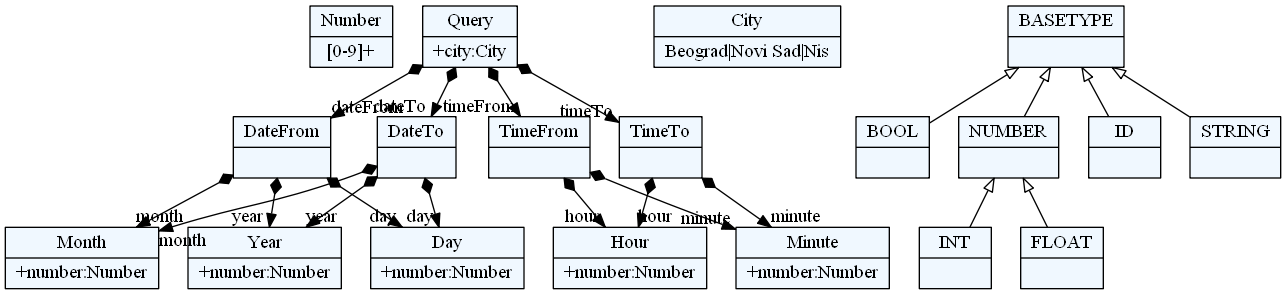
The Graphviz diagram textXGrammar/grammar.png in ftnE2-tim1-2016-17/jsd, before a commit. Its source is kept beside it as textXGrammar/grammar.dot.
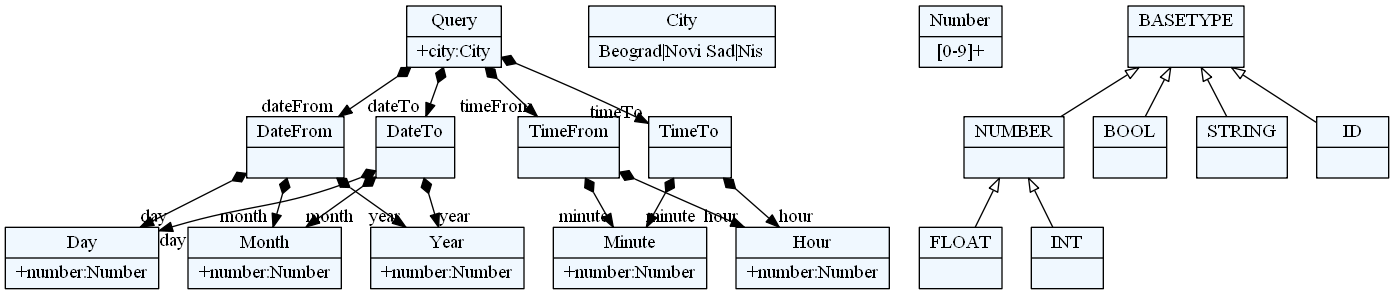
Later version of the same file.

Change to the diagram source:
```diff
@@ -10,63 +10,63 @@
     edge[dir=black,arrowtail=empty]
 
 
-57254832[ label="{Number|[0-9]+}"]
+62285616 -> 62286512[arrowtail=diamond, dir=both, headlabel="dateFrom "]
+62285616 -> 62432176[arrowtail=diamond, dir=both, headlabel="timeFrom "]
+62285616 -> 62433520[arrowtail=diamond, dir=both, headlabel="dateTo "]
+62285616 -> 62433968[arrowtail=diamond, dir=both, headlabel="timeTo "]
+62285616[ label="{Query|+city:City\l}"]
 
-57096432 -> 57097328[arrowtail=diamond, dir=both, headlabel="dateFrom "]
-57096432 -> 57255280[arrowtail=diamond, dir=both, headlabel="timeFrom "]
-57096432 -> 57256624[arrowtail=diamond, dir=both, headlabel="dateTo "]
-57096432 -> 57257072[arrowtail=diamond, dir=both, headlabel="timeTo "]
-57096432[ label="{Query|+city:City\l}"]
+62286064[ label="{City|Beograd\|Novi Sad\|Nis}"]
 
-57256176[ label="{Minute|+number:Number\l}"]
+62286960[ label="{Day|+number:Number\l}"]
 
-57253936[ label="{Month|+number:Number\l}"]
+62433520 -> 62286960[arrowtail=diamond, dir=both, headlabel="day "]
+62433520 -> 62287408[arrowtail=diamond, dir=both, headlabel="month "]
+62433520 -> 62431280[arrowtail=diamond, dir=both, headlabel="year "]
+62433520[ label="{DateTo|}"]
 
-57257072 -> 57255728[arrowtail=diamond, dir=both, headlabel="hour "]
-57257072 -> 57256176[arrowtail=diamond, dir=both, headlabel="minute "]
-57257072[ label="{TimeTo|}"]
+62286512 -> 62286960[arrowtail=diamond, dir=both, headlabel="day "]
+62286512 -> 62287408[arrowtail=diamond, dir=both, headlabel="month "]
+62286512 -> 62431280[arrowtail=diamond, dir=both, headlabel="year "]
+62286512[ label="{DateFrom|}"]
 
-57255280 -> 57255728[arrowtail=diamond, dir=both, headlabel="hour "]
-57255280 -> 57256176[arrowtail=diamond, dir=both, headlabel="minute "]
-57255280[ label="{TimeFrom|}"]
+62432624[ label="{Hour|+number:Number\l}"]
 
-57096880[ label="{City|Beograd\|Novi Sad\|Nis}"]
+62287408[ label="{Month|+number:Number\l}"]
 
-57254384[ label="{Year|+number:Number\l}"]
+62431728[ label="{Number|[0-9]+}"]
 
-57097328 -> 57097776[arrowtail=diamond, dir=both, headlabel="day "]
-57097328 -> 57253936[arrowtail=diamond, dir=both, headlabel="month "]
-57097328 -> 57254384[arrowtail=diamond, dir=both, headlabel="year "]
-57097328[ label="{DateFrom|}"]
+62431280[ label="{Year|+number:Number\l}"]
 
-57255728[ label="{Hour|+number:Number\l}"]
+62433072[ label="{Minute|+number:Number\l}"]
 
-57097776[ label="{Day|+number:Number\l}"]
+62433968 -> 62432624[arrowtail=diamond, dir=both, headlabel="hour "]
+62433968 -> 62433072[arrowtail=diamond, dir=both, headlabel="minute "]
+62433968[ label="{TimeTo|}"]
 
-57256624 -> 57097776[arrowtail=diamond, dir=both, headlabel="day "]
-57256624 -> 57253936[arrowtail=diamond, dir=both, headlabel="month "]
-57256624 -> 57254384[arrowtail=diamond, dir=both, headlabel="year "]
-57256624[ label="{DateTo|}"]
+62432176 -> 62432624[arrowtail=diamond, dir=both, headlabel="hour "]
+62432176 -> 62433072[arrowtail=diamond, dir=both, headlabel="minute "]
+62432176[ label="{TimeFrom|}"]
 
-57094192[ label="{INT|}"]
+62284272[ label="{NUMBER|}"]
+62284272 -> 62283824 [dir=back]
+62284272 -> 62271024 [dir=back]
 
-57077296[ label="{BOOL|}"]
+62270576[ label="{BOOL|}"]
 
-57095088[ label="{NUMBER|}"]
-57095088 -> 57094640 [dir=back]
-57095088 -> 57094192 [dir=back]
+62271024[ label="{INT|}"]
 
-57076400[ label="{ID|}"]
+62270128[ label="{STRING|}"]
 
-57094640[ label="{FLOAT|}"]
+62284720[ label="{BASETYPE|}"]
+62284720 -> 62284272 [dir=back]
+62284720 -> 62270576 [dir=back]
+62284720 -> 62269680 [dir=back]
+62284720 -> 62270128 [dir=back]
 
-57095536[ label="{BASETYPE|}"]
-57095536 -> 57095088 [dir=back]
-57095536 -> 57077296 [dir=back]
-57095536 -> 57076400 [dir=back]
-57095536 -> 57076848 [dir=back]
+62283824[ label="{FLOAT|}"]
 
-57076848[ label="{STRING|}"]
+62269680[ label="{ID|}"]
 
 
 }
```
